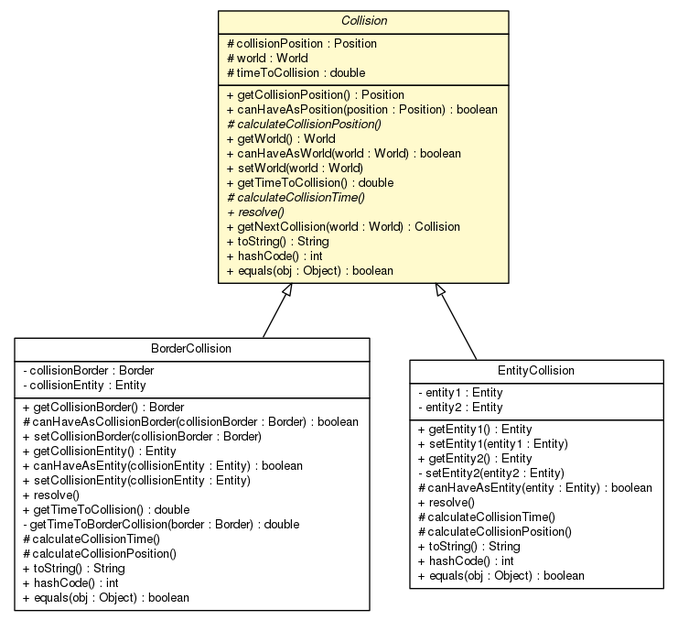
This is doc/world/physics/collision/Collision.png from sinopeus/asteroids, a Graphviz export, as it was before one commit. Its source is kept beside it as doc/world/physics/collision/Collision.dot.
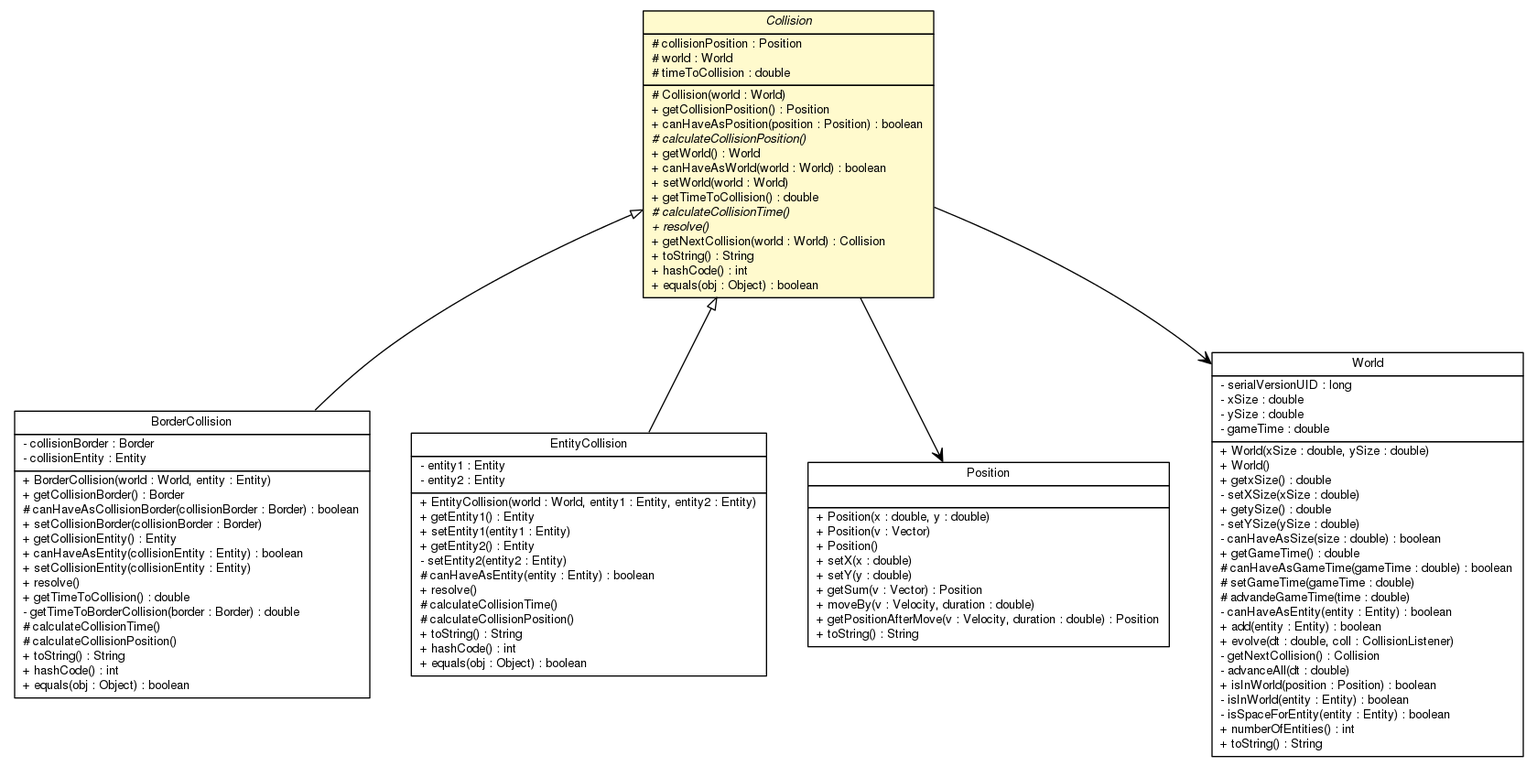
The same file after the commit.

Diff of the diagram source:
```diff
@@ -4,7 +4,41 @@
 	node [fontname="Helvetica",fontsize=10,shape=plaintext];
 	nodesep=0.25;
 	ranksep=0.5;
-	c6899 [label=<<table title="world.physics.collision.Collision" border="0" cellborder="1" cellspacing="0" cellpadding="2" port="p" bgcolor="lemonChiffon" href="./Collision.html">
+	c6927 [label=<<table title="world.World" border="0" cellborder="1" cellspacing="0" cellpadding="2" port="p" href="../../World.html">
+		<tr><td><table border="0" cellspacing="0" cellpadding="1">
+<tr><td align="center" balign="center"> World </td></tr>
+		</table></td></tr>
+		<tr><td><table border="0" cellspacing="0" cellpadding="1">
+<tr><td align="left" balign="left"> - serialVersionUID : long </td></tr>
+<tr><td align="left" balign="left"> - xSize : double </td></tr>
+<tr><td align="left" balign="left"> - ySize : double </td></tr>
+<tr><td align="left" balign="left"> - gameTime : double </td></tr>
+		</table></td></tr>
+		<tr><td><table border="0" cellspacing="0" cellpadding="1">
+<tr><td align="left" balign="left"> + World(xSize : double, ySize : double) </td></tr>
+<tr><td align="left" balign="left"> + World() </td></tr>
+<tr><td align="left" balign="left"> + getxSize() : double </td></tr>
+<tr><td align="left" balign="left"> - setXSize(xSize : double) </td></tr>
+<tr><td align="left" balign="left"> + getySize() : double </td></tr>
+<tr><td align="left" balign="left"> - setYSize(ySize : double) </td></tr>
+<tr><td align="left" balign="left"> - canHaveAsSize(size : double) : boolean </td></tr>
+<tr><td align="left" balign="left"> + getGameTime() : double </td></tr>
+<tr><td align="left" balign="left"> # canHaveAsGameTime(gameTime : double) : boolean </td></tr>
+<tr><td align="left" balign="left"> # setGameTime(gameTime : double) </td></tr>
+<tr><td align="left" balign="left"> # advandeGameTime(time : double) </td></tr>
+<tr><td align="left" balign="left"> - canHaveAsEntity(entity : Entity) : boolean </td></tr>
+<tr><td align="left" balign="left"> + add(entity : Entity) : boolean </td></tr>
+<tr><td align="left" balign="left"> + evolve(dt : double, coll : CollisionListener) </td></tr>
+<tr><td align="left" balign="left"> - getNextCollision() : Collision </td></tr>
+<tr><td align="left" balign="left"> - advanceAll(dt : double) </td></tr>
+<tr><td align="left" balign="left"> + isInWorld(position : Position) : boolean </td></tr>
+<tr><td align="left" balign="left"> - isInWorld(entity : Entity) : boolean </td></tr>
+<tr><td align="left" balign="left"> - isSpaceForEntity(entity : Entity) : boolean </td></tr>
+<tr><td align="left" balign="left"> + numberOfEntities() : int </td></tr>
+<tr><td align="left" balign="left"> + toString() : String </td></tr>
+		</table></td></tr>
+		</table>>, URL="../../World.html", fontname="Helvetica", fontcolor="black", fontsize=10.0];
+	c6935 [label=<<table title="world.physics.collision.Collision" border="0" cellborder="1" cellspacing="0" cellpadding="2" port="p" bgcolor="lemonChiffon" href="./Collision.html">
 		<tr><td><table border="0" cellspacing="0" cellpadding="1">
 <tr><td align="center" balign="center"><font face="Helvetica-Oblique"> Collision </font></td></tr>
 		</table></td></tr>
@@ -14,6 +48,7 @@
 <tr><td align="left" balign="left"> # timeToCollision : double </td></tr>
 		</table></td></tr>
 		<tr><td><table border="0" cellspacing="0" cellpadding="1">
+<tr><td align="left" balign="left"> # Collision(world : World) </td></tr>
 <tr><td align="left" balign="left"> + getCollisionPosition() : Position </td></tr>
 <tr><td align="left" balign="left"> + canHaveAsPosition(position : Position) : boolean </td></tr>
 <tr><td align="left" balign="left"><font face="Helvetica-Oblique" point-size="10.0"> # calculateCollisionPosition() </font></td></tr>
@@ -29,7 +64,7 @@
 <tr><td align="left" balign="left"> + equals(obj : Object) : boolean </td></tr>
 		</table></td></tr>
 		</table>>, URL="./Collision.html", fontname="Helvetica", fontcolor="black", fontsize=10.0];
-	c6901 [label=<<table title="world.physics.collision.BorderCollision" border="0" cellborder="1" cellspacing="0" cellpadding="2" port="p" href="./BorderCollision.html">
+	c6937 [label=<<table title="world.physics.collision.BorderCollision" border="0" cellborder="1" cellspacing="0" cellpadding="2" port="p" href="./BorderCollision.html">
 		<tr><td><table border="0" cellspacing="0" cellpadding="1">
 <tr><td align="center" balign="center"> BorderCollision </td></tr>
 		</table></td></tr>
@@ -38,6 +73,7 @@
 <tr><td align="left" balign="left"> - collisionEntity : Entity </td></tr>
 		</table></td></tr>
 		<tr><td><table border="0" cellspacing="0" cellpadding="1">
+<tr><td align="left" balign="left"> + BorderCollision(world : World, entity : Entity) </td></tr>
 <tr><td align="left" balign="left"> + getCollisionBorder() : Border </td></tr>
 <tr><td align="left" balign="left"> # canHaveAsCollisionBorder(collisionBorder : Border) : boolean </td></tr>
 <tr><td align="left" balign="left"> + setCollisionBorder(collisionBorder : Border) </td></tr>
@@ -54,7 +90,7 @@
 <tr><td align="left" balign="left"> + equals(obj : Object) : boolean </td></tr>
 		</table></td></tr>
 		</table>>, URL="./BorderCollision.html", fontname="Helvetica", fontcolor="black", fontsize=10.0];
-	c6902 [label=<<table title="world.physics.collision.EntityCollision" border="0" cellborder="1" cellspacing="0" cellpadding="2" port="p" href="./EntityCollision.html">
+	c6938 [label=<<table title="world.physics.collision.EntityCollision" border="0" cellborder="1" cellspacing="0" cellpadding="2" port="p" href="./EntityCollision.html">
 		<tr><td><table border="0" cellspacing="0" cellpadding="1">
 <tr><td align="center" balign="center"> EntityCollision </td></tr>
 		</table></td></tr>
@@ -63,6 +99,7 @@
 <tr><td align="left" balign="left"> - entity2 : Entity </td></tr>
 		</table></td></tr>
 		<tr><td><table border="0" cellspacing="0" cellpadding="1">
+<tr><td align="left" balign="left"> + EntityCollision(world : World, entity1 : Entity, entity2 : Entity) </td></tr>
 <tr><td align="left" balign="left"> + getEntity1() : Entity </td></tr>
 <tr><td align="left" balign="left"> + setEntity1(entity1 : Entity) </td></tr>
 <tr><td align="left" balign="left"> + getEntity2() : Entity </td></tr>
@@ -76,6 +113,27 @@
 <tr><td align="left" balign="left"> + equals(obj : Object) : boolean </td></tr>
 		</table></td></tr>
 		</table>>, URL="./EntityCollision.html", fontname="Helvetica", fontcolor="black", fontsize=10.0];
-	c6899:p -> c6901:p [dir=back,arrowtail=empty];
-	c6899:p -> c6902:p [dir=back,arrowtail=empty];
+	c6945 [label=<<table title="world.physics.vector.Position" border="0" cellborder="1" cellspacing="0" cellpadding="2" port="p" href="../vector/Position.html">
+		<tr><td><table border="0" cellspacing="0" cellpadding="1">
+<tr><td align="center" balign="center"> Position </td></tr>
+		</table></td></tr>
+		<tr><td><table border="0" cellspacing="0" cellpadding="1">
+<tr><td align="left" balign="left">  </td></tr>
+		</table></td></tr>
+		<tr><td><table border="0" cellspacing="0" cellpadding="1">
+<tr><td align="left" balign="left"> + Position(x : double, y : double) </td></tr>
+<tr><td align="left" balign="left"> + Position(v : Vector) </td></tr>
+<tr><td align="left" balign="left"> + Position() </td></tr>
+<tr><td align="left" balign="left"> + setX(x : double) </td></tr>
+<tr><td align="left" balign="left"> + setY(y : double) </td></tr>
+<tr><td align="left" balign="left"> + getSum(v : Vector) : Position </td></tr>
+<tr><td align="left" balign="left"> + moveBy(v : Velocity, duration : double) </td></tr>
+<tr><td align="left" balign="left"> + getPositionAfterMove(v : Velocity, duration : double) : Position </td></tr>
+<tr><td align="left" balign="left"> + toString() : String </td></tr>
+		</table></td></tr>
+		</table>>, URL="../vector/Position.html", fontname="Helvetica", fontcolor="black", fontsize=10.0];
+	c6935:p -> c6937:p [dir=back,arrowtail=empty];
+	c6935:p -> c6938:p [dir=back,arrowtail=empty];
+	c6935:p -> c6945:p [taillabel="", label="", headlabel="", fontname="Helvetica", fontcolor="black", fontsize=10.0, color="black", arrowhead=open];
+	c6935:p -> c6927:p [taillabel="", label="", headlabel="", fontname="Helvetica", fontcolor="black", fontsize=10.0, color="black", arrowhead=open];
 }
```
